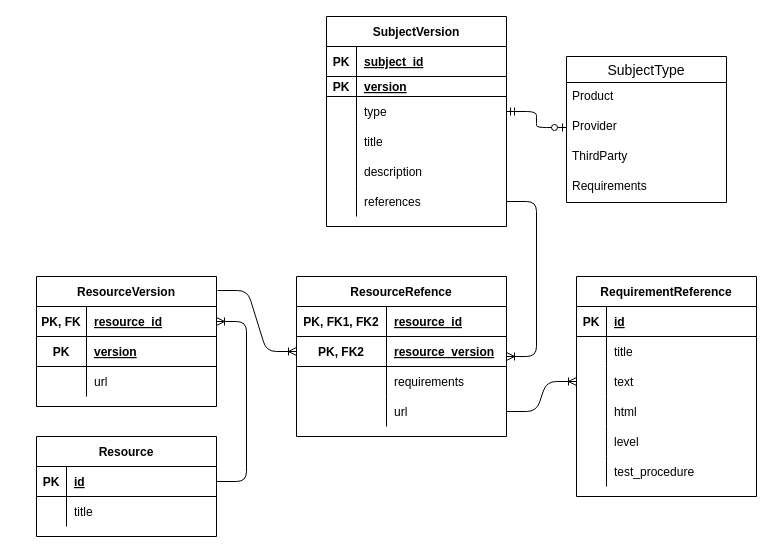
This is draw.io/Untitled Diagram.drawio from spilikin/spegg, a draw.io file, before an edit. Source tidied: cells renumbered, new cells numbered last; positions are measured from the earlier drawing's top-left corner, leaving out a move shared by most shapes. Both pictures are drawn from the tidied source at 100%, with x=0, y=0 at pixel (36, 16).
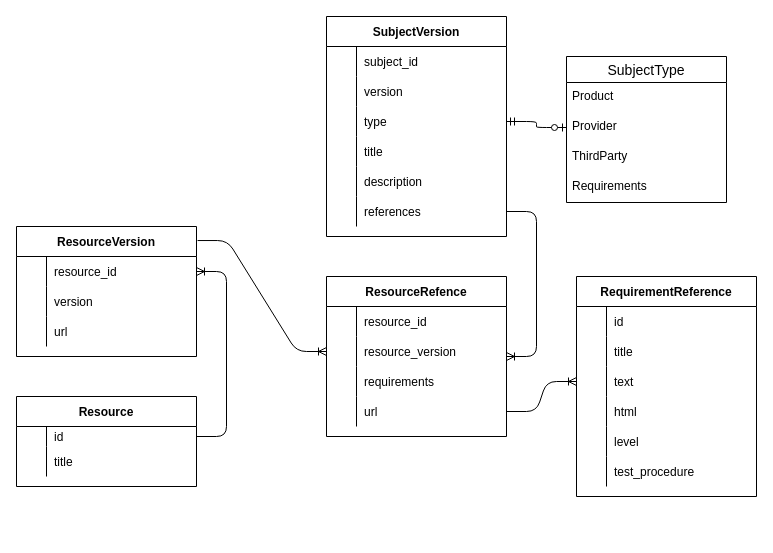
After the change.

Unchanged cells that the change refers to:
```xml
<mxCell id="44" value="RequirementReference" style="shape=table;startSize=30;childLayout=tableLayout;rowLines=0;fontStyle=1;align=center;" parent="1" vertex="1">
  <mxGeometry x="540" y="260" width="180" height="220" as="geometry" />
</mxCell>
<mxCell id="70" style="shape=partialRectangle;fillColor=none;top=0;left=0;bottom=0;right=0;" parent="63" vertex="1">
  <mxGeometry y="90" width="180" height="30" as="geometry" />
</mxCell>
```

What changed in the source:
```diff
@@
     <mxCell id="2" value="SubjectVersion" style="shape=table;startSize=30;childLayout=tableLayout;rowLines=0;fontStyle=1;align=center;" parent="1" vertex="1">
-      <mxGeometry x="290" width="180" height="210" as="geometry" />
+      <mxGeometry x="290" width="180" height="220" as="geometry" />
     </mxCell>
-    <mxCell id="3" style="shape=partialRectangle;fillColor=none;top=0;left=0;right=0;bottom=1;" parent="2" vertex="1">
-      <mxGeometry y="30" width="180" height="30" as="geometry" />
-    </mxCell>
-    <mxCell id="4" value="PK" style="shape=partialRectangle;overflow=hidden;fillColor=none;top=0;left=0;bottom=0;right=0;fontStyle=1;" parent="3" vertex="1">
-      <mxGeometry width="30" height="30" as="geometry" />
-    </mxCell>
+    <mxCell id="80" style="shape=partialRectangle;fillColor=none;top=0;left=0;right=0;bottom=0;" parent="2" vertex="1">
+      <mxGeometry y="30" width="180" height="30" as="geometry" />
+    </mxCell>
+    <mxCell id="81" style="shape=partialRectangle;overflow=hidden;fillColor=none;top=0;left=0;bottom=0;right=0;" parent="80" vertex="1">
+      <mxGeometry width="30" height="30" as="geometry" />
+    </mxCell>
-    <mxCell id="5" value="subject_id" style="shape=partialRectangle;overflow=hidden;fillColor=none;top=0;left=0;bottom=0;right=0;align=left;spacingLeft=6;fontStyle=5;" parent="3" vertex="1">
+    <mxCell id="5" value="subject_id" style="shape=partialRectangle;overflow=hidden;fillColor=none;top=0;left=0;bottom=0;right=0;align=left;spacingLeft=6;" parent="80" vertex="1">
       <mxGeometry x="30" width="150" height="30" as="geometry" />
     </mxCell>
-    <mxCell id="6" style="shape=partialRectangle;fillColor=none;top=0;left=0;right=0;bottom=1;" parent="2" vertex="1">
-      <mxGeometry y="60" width="180" height="20" as="geometry" />
-    </mxCell>
-    <mxCell id="7" value="PK" style="shape=partialRectangle;overflow=hidden;fillColor=none;top=0;left=0;bottom=0;right=0;fontStyle=1;" parent="6" vertex="1">
-      <mxGeometry width="30" height="20" as="geometry" />
-    </mxCell>
-    <mxCell id="8" value="version" style="shape=partialRectangle;overflow=hidden;fillColor=none;top=0;left=0;bottom=0;right=0;align=left;spacingLeft=6;fontStyle=5;" parent="6" vertex="1">
-      <mxGeometry x="30" width="150" height="20" as="geometry" />
-    </mxCell>
+    <mxCell id="82" style="shape=partialRectangle;fillColor=none;top=0;left=0;right=0;bottom=0;" parent="2" vertex="1">
+      <mxGeometry y="60" width="180" height="30" as="geometry" />
+    </mxCell>
+    <mxCell id="83" style="shape=partialRectangle;overflow=hidden;fillColor=none;top=0;left=0;bottom=0;right=0;" parent="82" vertex="1">
+      <mxGeometry width="30" height="30" as="geometry" />
+    </mxCell>
+    <mxCell id="84" value="version" style="shape=partialRectangle;overflow=hidden;fillColor=none;top=0;left=0;bottom=0;right=0;align=left;spacingLeft=6;" parent="82" vertex="1">
+      <mxGeometry x="30" width="150" height="30" as="geometry" />
+    </mxCell>
     <mxCell id="9" style="shape=partialRectangle;fillColor=none;points=[[0,0.5],[1,0.5]];portConstraint=eastwest;top=0;left=0;right=0;bottom=0;" parent="2" vertex="1">
-      <mxGeometry y="80" width="180" height="30" as="geometry" />
+      <mxGeometry y="90" width="180" height="30" as="geometry" />
     </mxCell>
@@
     <mxCell id="12" style="shape=partialRectangle;fillColor=none;top=0;left=0;right=0;bottom=0;" parent="2" vertex="1">
-      <mxGeometry y="110" width="180" height="30" as="geometry" />
+      <mxGeometry y="120" width="180" height="30" as="geometry" />
     </mxCell>
@@
     <mxCell id="15" style="shape=partialRectangle;fillColor=none;top=0;left=0;right=0;bottom=0;" parent="2" vertex="1">
-      <mxGeometry y="140" width="180" height="30" as="geometry" />
+      <mxGeometry y="150" width="180" height="30" as="geometry" />
     </mxCell>
@@
     <mxCell id="18" style="shape=partialRectangle;fillColor=none;points=[[0,0.5],[1,0.5]];portConstraint=eastwest;top=0;left=0;right=0;bottom=0;" parent="2" vertex="1">
-      <mxGeometry y="170" width="180" height="30" as="geometry" />
+      <mxGeometry y="180" width="180" height="30" as="geometry" />
     </mxCell>
@@
     <mxCell id="28" value="ResourceRefence" style="shape=table;startSize=30;childLayout=tableLayout;rowLines=0;fontStyle=1;align=center;" parent="1" vertex="1">
-      <mxGeometry x="260" y="260" width="210" height="160" as="geometry" />
+      <mxGeometry x="290" y="260" width="180" height="160" as="geometry" />
     </mxCell>
-    <mxCell id="29" style="shape=partialRectangle;fillColor=none;top=0;left=0;bottom=1;right=0;" parent="28" vertex="1">
-      <mxGeometry y="30" width="210" height="30" as="geometry" />
-    </mxCell>
-    <mxCell id="30" value="PK, FK1, FK2" style="shape=partialRectangle;fillColor=none;top=0;left=0;bottom=0;right=0;fontStyle=1;overflow=hidden;" parent="29" vertex="1">
-      <mxGeometry width="90" height="30" as="geometry" />
-    </mxCell>
-    <mxCell id="31" value="resource_id" style="shape=partialRectangle;fillColor=none;top=0;left=0;bottom=0;right=0;align=left;spacingLeft=6;fontStyle=5;overflow=hidden;" parent="29" vertex="1">
-      <mxGeometry x="90" width="120" height="30" as="geometry" />
-    </mxCell>
-    <mxCell id="32" style="shape=partialRectangle;fillColor=none;top=0;left=0;bottom=1;right=0;points=[[0,0.5],[1,0.5]];portConstraint=eastwest;" parent="28" vertex="1">
-      <mxGeometry y="60" width="210" height="30" as="geometry" />
-    </mxCell>
-    <mxCell id="33" value="PK, FK2" style="shape=partialRectangle;fillColor=none;top=0;left=0;bottom=0;right=0;fontStyle=1;overflow=hidden;" parent="32" vertex="1">
-      <mxGeometry width="90" height="30" as="geometry" />
-    </mxCell>
+    <mxCell id="85" style="shape=partialRectangle;fillColor=none;top=0;left=0;bottom=0;right=0;" parent="28" vertex="1">
+      <mxGeometry y="30" width="180" height="30" as="geometry" />
+    </mxCell>
+    <mxCell id="86" style="shape=partialRectangle;fillColor=none;top=0;left=0;bottom=0;right=0;overflow=hidden;" parent="85" vertex="1">
+      <mxGeometry width="30" height="30" as="geometry" />
+    </mxCell>
+    <mxCell id="87" value="resource_id" style="shape=partialRectangle;fillColor=none;top=0;left=0;bottom=0;right=0;align=left;spacingLeft=6;overflow=hidden;" parent="85" vertex="1">
+      <mxGeometry x="30" width="150" height="30" as="geometry" />
+    </mxCell>
+    <mxCell id="88" style="shape=partialRectangle;fillColor=none;top=0;left=0;bottom=0;right=0;points=[[0,0.5],[1,0.5]];portConstraint=eastwest;" parent="28" vertex="1">
+      <mxGeometry y="60" width="180" height="30" as="geometry" />
+    </mxCell>
+    <mxCell id="89" style="shape=partialRectangle;fillColor=none;top=0;left=0;bottom=0;right=0;overflow=hidden;" parent="88" vertex="1">
+      <mxGeometry width="30" height="30" as="geometry" />
+    </mxCell>
-    <mxCell id="34" value="resource_version" style="shape=partialRectangle;fillColor=none;top=0;left=0;bottom=0;right=0;align=left;spacingLeft=6;fontStyle=5;overflow=hidden;" parent="32" vertex="1">
-      <mxGeometry x="90" width="120" height="30" as="geometry" />
+    <mxCell id="34" value="resource_version" style="shape=partialRectangle;fillColor=none;top=0;left=0;bottom=0;right=0;align=left;spacingLeft=6;overflow=hidden;" parent="88" vertex="1">
+      <mxGeometry x="30" width="150" height="30" as="geometry" />
     </mxCell>
     <mxCell id="35" style="shape=partialRectangle;fillColor=none;top=0;left=0;bottom=0;right=0;" parent="28" vertex="1">
-      <mxGeometry y="90" width="210" height="30" as="geometry" />
+      <mxGeometry y="90" width="180" height="30" as="geometry" />
     </mxCell>
     <mxCell id="36" style="shape=partialRectangle;fillColor=none;top=0;left=0;bottom=0;right=0;overflow=hidden;" parent="35" vertex="1">
-      <mxGeometry width="90" height="30" as="geometry" />
+      <mxGeometry width="30" height="30" as="geometry" />
     </mxCell>
     <mxCell id="37" value="requirements" style="shape=partialRectangle;fillColor=none;top=0;left=0;bottom=0;right=0;align=left;spacingLeft=6;overflow=hidden;" parent="35" vertex="1">
-      <mxGeometry x="90" width="120" height="30" as="geometry" />
+      <mxGeometry x="30" width="150" height="30" as="geometry" />
     </mxCell>
     <mxCell id="38" style="shape=partialRectangle;fillColor=none;top=0;left=0;bottom=0;right=0;points=[[0,0.5],[1,0.5]];portConstraint=eastwest;" parent="28" vertex="1">
-      <mxGeometry y="120" width="210" height="30" as="geometry" />
+      <mxGeometry y="120" width="180" height="30" as="geometry" />
     </mxCell>
     <mxCell id="39" style="shape=partialRectangle;fillColor=none;top=0;left=0;bottom=0;right=0;overflow=hidden;" parent="38" vertex="1">
-      <mxGeometry width="90" height="30" as="geometry" />
+      <mxGeometry width="30" height="30" as="geometry" />
     </mxCell>
     <mxCell id="40" value="url" style="shape=partialRectangle;fillColor=none;top=0;left=0;bottom=0;right=0;align=left;spacingLeft=6;overflow=hidden;" parent="38" vertex="1">
-      <mxGeometry x="90" width="120" height="30" as="geometry" />
+      <mxGeometry x="30" width="150" height="30" as="geometry" />
     </mxCell>
@@
-    <mxCell id="42" style="edgeStyle=entityRelationEdgeStyle;fontSize=12;html=1;endArrow=ERoneToMany;exitX=1.006;exitY=0.108;exitDx=0;exitDy=0;entryX=0;entryY=0.5;entryDx=0;entryDy=0;exitPerimeter=0;" parent="1" edge="1" source="63" target="32">
+    <mxCell id="42" style="edgeStyle=entityRelationEdgeStyle;fontSize=12;html=1;endArrow=ERoneToMany;exitX=1.006;exitY=0.108;exitDx=0;exitDy=0;entryX=0;entryY=0.5;entryDx=0;entryDy=0;exitPerimeter=0;" parent="1" edge="1" source="63" target="88">
       <mxGeometry relative="1" as="geometry" />
     </mxCell>
-    <mxCell id="43" style="edgeStyle=entityRelationEdgeStyle;fontSize=12;html=1;endArrow=ERoneToMany;exitX=1;exitY=0.5;exitDx=0;exitDy=0;" parent="1" edge="1" source="74" target="64">
+    <mxCell id="43" style="edgeStyle=entityRelationEdgeStyle;fontSize=12;html=1;endArrow=ERoneToMany;entryX=1;entryY=0.5;entryDx=0;entryDy=0;exitX=1;exitY=0.5;exitDx=0;exitDy=0;" parent="1" edge="1" source="100" target="93">
       <mxGeometry relative="1" as="geometry" />
     </mxCell>
@@
-    <mxCell id="45" style="shape=partialRectangle;fillColor=none;top=0;left=0;bottom=1;right=0;" parent="44" vertex="1">
-      <mxGeometry y="30" width="180" height="30" as="geometry" />
-    </mxCell>
-    <mxCell id="46" value="PK" style="shape=partialRectangle;fillColor=none;top=0;left=0;bottom=0;right=0;fontStyle=1;overflow=hidden;" parent="45" vertex="1">
-      <mxGeometry width="30" height="30" as="geometry" />
-    </mxCell>
-    <mxCell id="47" value="id" style="shape=partialRectangle;fillColor=none;top=0;left=0;bottom=0;right=0;align=left;spacingLeft=6;fontStyle=5;overflow=hidden;" parent="45" vertex="1">
-      <mxGeometry x="30" width="150" height="30" as="geometry" />
-    </mxCell>
     <mxCell id="48" style="shape=partialRectangle;fillColor=none;top=0;left=0;bottom=0;right=0;" parent="44" vertex="1">
-      <mxGeometry y="60" width="180" height="30" as="geometry" />
+      <mxGeometry y="30" width="180" height="30" as="geometry" />
     </mxCell>
@@
-    <mxCell id="50" value="title" style="shape=partialRectangle;fillColor=none;top=0;left=0;bottom=0;right=0;align=left;spacingLeft=6;overflow=hidden;" parent="48" vertex="1">
+    <mxCell id="50" value="id" style="shape=partialRectangle;fillColor=none;top=0;left=0;bottom=0;right=0;align=left;spacingLeft=6;overflow=hidden;" parent="48" vertex="1">
       <mxGeometry x="30" width="150" height="30" as="geometry" />
     </mxCell>
+    <mxCell id="90" style="shape=partialRectangle;fillColor=none;top=0;left=0;bottom=0;right=0;" parent="44" vertex="1">
+      <mxGeometry y="60" width="180" height="30" as="geometry" />
+    </mxCell>
+    <mxCell id="91" style="shape=partialRectangle;fillColor=none;top=0;left=0;bottom=0;right=0;overflow=hidden;" parent="90" vertex="1">
+      <mxGeometry width="30" height="30" as="geometry" />
+    </mxCell>
+    <mxCell id="92" value="title" style="shape=partialRectangle;fillColor=none;top=0;left=0;bottom=0;right=0;align=left;spacingLeft=6;overflow=hidden;" parent="90" vertex="1">
+      <mxGeometry x="30" width="150" height="30" as="geometry" />
+    </mxCell>
@@
     <mxCell id="63" value="ResourceVersion" style="shape=table;startSize=30;childLayout=tableLayout;rowLines=0;fontStyle=1;align=center;" parent="1" vertex="1">
-      <mxGeometry y="260" width="180" height="130" as="geometry" />
+      <mxGeometry x="-20" y="210" width="180" height="130" as="geometry" />
     </mxCell>
-    <mxCell id="64" style="shape=partialRectangle;fillColor=none;top=0;left=0;bottom=1;right=0;points=[[0,0.5],[1,0.5]];portConstraint=eastwest;" parent="63" vertex="1">
-      <mxGeometry y="30" width="180" height="30" as="geometry" />
-    </mxCell>
-    <mxCell id="65" value="PK, FK" style="shape=partialRectangle;fillColor=none;top=0;left=0;bottom=0;right=0;fontStyle=1;overflow=hidden;" parent="64" vertex="1">
-      <mxGeometry width="50" height="30" as="geometry" />
-    </mxCell>
-    <mxCell id="66" value="resource_id" style="shape=partialRectangle;fillColor=none;top=0;left=0;bottom=0;right=0;align=left;spacingLeft=6;fontStyle=5;overflow=hidden;" parent="64" vertex="1">
-      <mxGeometry x="50" width="130" height="30" as="geometry" />
-    </mxCell>
-    <mxCell id="67" style="shape=partialRectangle;fillColor=none;top=0;left=0;bottom=1;right=0;" parent="63" vertex="1">
-      <mxGeometry y="60" width="180" height="30" as="geometry" />
-    </mxCell>
-    <mxCell id="68" value="PK" style="shape=partialRectangle;fillColor=none;top=0;left=0;bottom=0;right=0;fontStyle=1;overflow=hidden;" parent="67" vertex="1">
-      <mxGeometry width="50" height="30" as="geometry" />
-    </mxCell>
-    <mxCell id="69" value="version" style="shape=partialRectangle;fillColor=none;top=0;left=0;bottom=0;right=0;align=left;spacingLeft=6;fontStyle=5;overflow=hidden;" parent="67" vertex="1">
-      <mxGeometry x="50" width="130" height="30" as="geometry" />
-    </mxCell>
+    <mxCell id="93" style="shape=partialRectangle;fillColor=none;top=0;left=0;bottom=0;right=0;points=[[0,0.5],[1,0.5]];portConstraint=eastwest;" parent="63" vertex="1">
+      <mxGeometry y="30" width="180" height="30" as="geometry" />
+    </mxCell>
+    <mxCell id="94" style="shape=partialRectangle;fillColor=none;top=0;left=0;bottom=0;right=0;overflow=hidden;" parent="93" vertex="1">
+      <mxGeometry width="30" height="30" as="geometry" />
+    </mxCell>
+    <mxCell id="95" value="resource_id" style="shape=partialRectangle;fillColor=none;top=0;left=0;bottom=0;right=0;align=left;spacingLeft=6;overflow=hidden;" parent="93" vertex="1">
+      <mxGeometry x="30" width="150" height="30" as="geometry" />
+    </mxCell>
+    <mxCell id="96" style="shape=partialRectangle;fillColor=none;top=0;left=0;bottom=0;right=0;" parent="63" vertex="1">
+      <mxGeometry y="60" width="180" height="30" as="geometry" />
+    </mxCell>
+    <mxCell id="97" style="shape=partialRectangle;fillColor=none;top=0;left=0;bottom=0;right=0;overflow=hidden;" parent="96" vertex="1">
+      <mxGeometry width="30" height="30" as="geometry" />
+    </mxCell>
+    <mxCell id="98" value="version" style="shape=partialRectangle;fillColor=none;top=0;left=0;bottom=0;right=0;align=left;spacingLeft=6;overflow=hidden;" parent="96" vertex="1">
+      <mxGeometry x="30" width="150" height="30" as="geometry" />
+    </mxCell>
@@
-    <mxCell id="71" style="shape=partialRectangle;fillColor=none;top=0;left=0;bottom=0;right=0;overflow=hidden;" parent="70" vertex="1">
-      <mxGeometry width="50" height="30" as="geometry" />
-    </mxCell>
+    <mxCell id="99" style="shape=partialRectangle;fillColor=none;top=0;left=0;bottom=0;right=0;overflow=hidden;" parent="70" vertex="1">
+      <mxGeometry width="30" height="30" as="geometry" />
+    </mxCell>
     <mxCell id="72" value="url" style="shape=partialRectangle;fillColor=none;top=0;left=0;bottom=0;right=0;align=left;spacingLeft=6;overflow=hidden;" parent="70" vertex="1">
-      <mxGeometry x="50" width="130" height="30" as="geometry" />
+      <mxGeometry x="30" width="150" height="30" as="geometry" />
     </mxCell>
     <mxCell id="73" value="Resource" style="shape=table;startSize=30;childLayout=tableLayout;rowLines=0;fontStyle=1;align=center;" parent="1" vertex="1">
-      <mxGeometry y="420" width="180" height="100" as="geometry" />
+      <mxGeometry x="-20" y="380" width="180" height="90" as="geometry" />
     </mxCell>
-    <mxCell id="74" style="shape=partialRectangle;fillColor=none;top=0;left=0;bottom=1;right=0;points=[[0,0.5],[1,0.5]];portConstraint=eastwest;" parent="73" vertex="1">
-      <mxGeometry y="30" width="180" height="30" as="geometry" />
-    </mxCell>
-    <mxCell id="75" value="PK" style="shape=partialRectangle;fillColor=none;top=0;left=0;bottom=0;right=0;fontStyle=1;overflow=hidden;" parent="74" vertex="1">
-      <mxGeometry width="30" height="30" as="geometry" />
-    </mxCell>
-    <mxCell id="76" value="id" style="shape=partialRectangle;fillColor=none;top=0;left=0;bottom=0;right=0;align=left;spacingLeft=6;fontStyle=5;overflow=hidden;" parent="74" vertex="1">
-      <mxGeometry x="30" width="150" height="30" as="geometry" />
-    </mxCell>
+    <mxCell id="100" style="shape=partialRectangle;fillColor=none;top=0;left=0;bottom=0;right=0;points=[[0,0.5],[1,0.5]];portConstraint=eastwest;" parent="73" vertex="1">
+      <mxGeometry y="30" width="180" height="20" as="geometry" />
+    </mxCell>
+    <mxCell id="101" style="shape=partialRectangle;fillColor=none;top=0;left=0;bottom=0;right=0;overflow=hidden;" parent="100" vertex="1">
+      <mxGeometry width="30" height="20" as="geometry" />
+    </mxCell>
+    <mxCell id="102" value="id" style="shape=partialRectangle;fillColor=none;top=0;left=0;bottom=0;right=0;align=left;spacingLeft=6;overflow=hidden;" parent="100" vertex="1">
+      <mxGeometry x="30" width="150" height="20" as="geometry" />
+    </mxCell>
     <mxCell id="77" style="shape=partialRectangle;fillColor=none;top=0;left=0;bottom=0;right=0;" parent="73" vertex="1">
-      <mxGeometry y="60" width="180" height="30" as="geometry" />
+      <mxGeometry y="50" width="180" height="30" as="geometry" />
     </mxCell>
```
